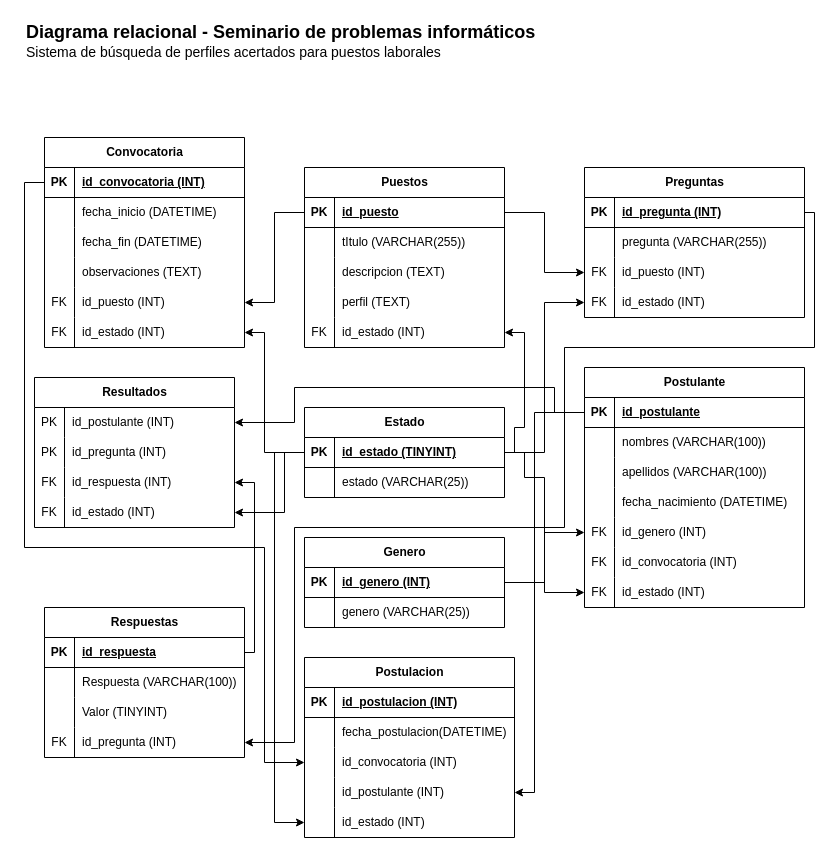
Before: bd/diagrama-relacional.drawio in maykchom/seminario-proyecto, a draw.io diagram. Source tidied: cells renumbered, new cells numbered last; positions are measured from the earlier drawing's top-left corner, leaving out a move shared by most shapes. Both pictures are drawn from the tidied source at 100%, with x=0, y=0 at pixel (24, 17).
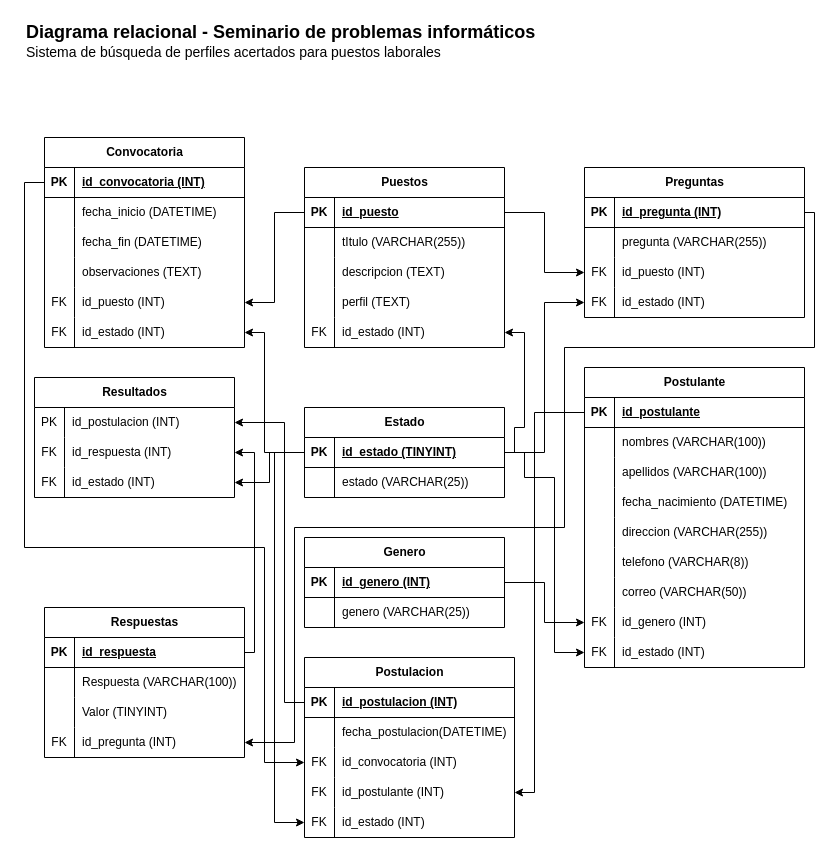
After the change.

The change refers to these unchanged cells:
```xml
<mxCell id="22" style="shape=tableRow;horizontal=0;startSize=0;swimlaneHead=0;swimlaneBody=0;fillColor=none;points=[[0,0.5],[1,0.5]];portConstraint=eastwest;top=0;left=0;right=0;bottom=1;" parent="21" vertex="1">
  <mxGeometry y="30" width="220" height="30" as="geometry" />
</mxCell>
<mxCell id="73" style="shape=tableRow;horizontal=0;startSize=0;swimlaneHead=0;swimlaneBody=0;fillColor=none;points=[[0,0.5],[1,0.5]];portConstraint=eastwest;top=0;left=0;right=0;bottom=1;" parent="72" vertex="1">
  <mxGeometry y="30" width="200" height="30" as="geometry" />
</mxCell>
<mxCell id="86" style="shape=tableRow;horizontal=0;startSize=0;swimlaneHead=0;swimlaneBody=0;fillColor=none;points=[[0,0.5],[1,0.5]];portConstraint=eastwest;top=0;left=0;right=0;bottom=0;" parent="85" vertex="1">
  <mxGeometry y="30" width="200" height="30" as="geometry" />
</mxCell>
<mxCell id="106" style="shape=tableRow;horizontal=0;startSize=0;swimlaneHead=0;swimlaneBody=0;fillColor=none;points=[[0,0.5],[1,0.5]];portConstraint=eastwest;top=0;left=0;right=0;bottom=1;" parent="105" vertex="1">
  <mxGeometry y="30" width="200" height="30" as="geometry" />
</mxCell>
<mxCell id="126" style="shape=tableRow;horizontal=0;startSize=0;swimlaneHead=0;swimlaneBody=0;fillColor=none;points=[[0,0.5],[1,0.5]];portConstraint=eastwest;top=0;left=0;right=0;bottom=1;" parent="125" vertex="1">
  <mxGeometry y="30" width="210" height="30" as="geometry" />
</mxCell>
<mxCell id="132" style="shape=tableRow;horizontal=0;startSize=0;swimlaneHead=0;swimlaneBody=0;fillColor=none;points=[[0,0.5],[1,0.5]];portConstraint=eastwest;top=0;left=0;right=0;bottom=0;" parent="125" vertex="1">
  <mxGeometry y="90" width="210" height="30" as="geometry" />
</mxCell>
<mxCell id="135" style="shape=tableRow;horizontal=0;startSize=0;swimlaneHead=0;swimlaneBody=0;fillColor=none;points=[[0,0.5],[1,0.5]];portConstraint=eastwest;top=0;left=0;right=0;bottom=0;" parent="125" vertex="1">
  <mxGeometry y="120" width="210" height="30" as="geometry" />
</mxCell>
<mxCell id="138" style="shape=tableRow;horizontal=0;startSize=0;swimlaneHead=0;swimlaneBody=0;fillColor=none;points=[[0,0.5],[1,0.5]];portConstraint=eastwest;top=0;left=0;right=0;bottom=0;" parent="125" vertex="1">
  <mxGeometry y="150" width="210" height="30" as="geometry" />
</mxCell>
```

Change to the diagram source:
```diff
@@
     <mxCell id="21" value="Postulante" style="shape=table;startSize=30;childLayout=tableLayout;rowLines=0;fontStyle=1;align=center;html=1;" parent="1" vertex="1">
-      <mxGeometry x="560" y="350" width="220" height="240" as="geometry" />
+      <mxGeometry x="560" y="350" width="220" height="300" as="geometry" />
     </mxCell>
@@
+    <mxCell id="144" style="shape=tableRow;horizontal=0;startSize=0;swimlaneHead=0;swimlaneBody=0;fillColor=none;top=0;left=0;right=0;bottom=0;" parent="21" vertex="1">
+      <mxGeometry y="150" width="220" height="30" as="geometry" />
+    </mxCell>
+    <mxCell id="145" style="shape=partialRectangle;fillColor=none;top=0;left=0;bottom=0;right=0;overflow=hidden;whiteSpace=wrap;html=1;" parent="144" vertex="1">
+      <mxGeometry width="30" height="30" as="geometry" />
+    </mxCell>
+    <mxCell id="146" value="direccion (VARCHAR(255))" style="shape=partialRectangle;fillColor=none;top=0;left=0;bottom=0;right=0;align=left;spacingLeft=6;overflow=hidden;whiteSpace=wrap;html=1;" parent="144" vertex="1">
+      <mxGeometry x="30" width="190" height="30" as="geometry" />
+    </mxCell>
+    <mxCell id="37" style="shape=tableRow;horizontal=0;startSize=0;swimlaneHead=0;swimlaneBody=0;fillColor=none;top=0;left=0;right=0;bottom=0;" parent="21" vertex="1">
+      <mxGeometry y="180" width="220" height="30" as="geometry" />
+    </mxCell>
+    <mxCell id="147" style="shape=partialRectangle;fillColor=none;top=0;left=0;bottom=0;right=0;overflow=hidden;whiteSpace=wrap;html=1;" parent="37" vertex="1">
+      <mxGeometry width="30" height="30" as="geometry" />
+    </mxCell>
+    <mxCell id="148" value="telefono (VARCHAR(8))" style="shape=partialRectangle;fillColor=none;top=0;left=0;bottom=0;right=0;align=left;spacingLeft=6;overflow=hidden;whiteSpace=wrap;html=1;" parent="37" vertex="1">
+      <mxGeometry x="30" width="190" height="30" as="geometry" />
+    </mxCell>
+    <mxCell id="149" style="shape=tableRow;horizontal=0;startSize=0;swimlaneHead=0;swimlaneBody=0;fillColor=none;top=0;left=0;right=0;bottom=0;" parent="21" vertex="1">
+      <mxGeometry y="210" width="220" height="30" as="geometry" />
+    </mxCell>
+    <mxCell id="150" style="shape=partialRectangle;fillColor=none;top=0;left=0;bottom=0;right=0;overflow=hidden;whiteSpace=wrap;html=1;" parent="149" vertex="1">
+      <mxGeometry width="30" height="30" as="geometry" />
+    </mxCell>
+    <mxCell id="151" value="correo (VARCHAR(50))" style="shape=partialRectangle;fillColor=none;top=0;left=0;bottom=0;right=0;align=left;spacingLeft=6;overflow=hidden;whiteSpace=wrap;html=1;" parent="149" vertex="1">
+      <mxGeometry x="30" width="190" height="30" as="geometry" />
+    </mxCell>
     <mxCell id="34" style="shape=tableRow;horizontal=0;startSize=0;swimlaneHead=0;swimlaneBody=0;fillColor=none;points=[[0,0.5],[1,0.5]];portConstraint=eastwest;top=0;left=0;right=0;bottom=0;" parent="21" vertex="1">
-      <mxGeometry y="150" width="220" height="30" as="geometry" />
+      <mxGeometry y="240" width="220" height="30" as="geometry" />
     </mxCell>
@@
-    <mxCell id="37" style="shape=tableRow;horizontal=0;startSize=0;swimlaneHead=0;swimlaneBody=0;fillColor=none;top=0;left=0;right=0;bottom=0;" parent="21" vertex="1">
-      <mxGeometry y="180" width="220" height="30" as="geometry" />
-    </mxCell>
-    <mxCell id="38" value="FK" style="shape=partialRectangle;fillColor=none;top=0;left=0;bottom=0;right=0;overflow=hidden;whiteSpace=wrap;html=1;" parent="37" vertex="1">
-      <mxGeometry width="30" height="30" as="geometry" />
-    </mxCell>
-    <mxCell id="39" value="id_convocatoria (INT)" style="shape=partialRectangle;fillColor=none;top=0;left=0;bottom=0;right=0;align=left;spacingLeft=6;overflow=hidden;whiteSpace=wrap;html=1;" parent="37" vertex="1">
-      <mxGeometry x="30" width="190" height="30" as="geometry" />
-    </mxCell>
     <mxCell id="40" style="shape=tableRow;horizontal=0;startSize=0;swimlaneHead=0;swimlaneBody=0;fillColor=none;points=[[0,0.5],[1,0.5]];portConstraint=eastwest;top=0;left=0;right=0;bottom=0;" parent="21" vertex="1">
-      <mxGeometry y="210" width="220" height="30" as="geometry" />
+      <mxGeometry y="270" width="220" height="30" as="geometry" />
     </mxCell>
@@
     <mxCell id="85" value="Resultados" style="shape=table;startSize=30;childLayout=tableLayout;rowLines=0;fontStyle=1;align=center;html=1;" parent="1" vertex="1">
-      <mxGeometry x="10" y="360" width="200" height="150" as="geometry" />
+      <mxGeometry x="10" y="360" width="200" height="120" as="geometry" />
     </mxCell>
@@
-    <mxCell id="88" value="id_postulante (INT)" style="shape=partialRectangle;fillColor=none;top=0;left=0;bottom=0;right=0;align=left;spacingLeft=6;overflow=hidden;whiteSpace=wrap;html=1;" parent="86" vertex="1">
+    <mxCell id="88" value="id_postulacion (INT)" style="shape=partialRectangle;fillColor=none;top=0;left=0;bottom=0;right=0;align=left;spacingLeft=6;overflow=hidden;whiteSpace=wrap;html=1;" parent="86" vertex="1">
       <mxGeometry x="30" width="170" height="30" as="geometry" />
     </mxCell>
-    <mxCell id="89" style="shape=tableRow;horizontal=0;startSize=0;swimlaneHead=0;swimlaneBody=0;fillColor=none;top=0;left=0;right=0;bottom=0;" parent="85" vertex="1">
-      <mxGeometry y="60" width="200" height="30" as="geometry" />
-    </mxCell>
-    <mxCell id="90" value="PK" style="shape=partialRectangle;fillColor=none;top=0;left=0;bottom=0;right=0;overflow=hidden;whiteSpace=wrap;html=1;" parent="89" vertex="1">
-      <mxGeometry width="30" height="30" as="geometry" />
-    </mxCell>
-    <mxCell id="91" value="id_pregunta (INT)" style="shape=partialRectangle;fillColor=none;top=0;left=0;bottom=0;right=0;align=left;spacingLeft=6;overflow=hidden;whiteSpace=wrap;html=1;" parent="89" vertex="1">
-      <mxGeometry x="30" width="170" height="30" as="geometry" />
-    </mxCell>
     <mxCell id="92" style="shape=tableRow;horizontal=0;startSize=0;swimlaneHead=0;swimlaneBody=0;fillColor=none;points=[[0,0.5],[1,0.5]];portConstraint=eastwest;top=0;left=0;right=0;bottom=0;" parent="85" vertex="1">
-      <mxGeometry y="90" width="200" height="30" as="geometry" />
+      <mxGeometry y="60" width="200" height="30" as="geometry" />
     </mxCell>
@@
     <mxCell id="95" style="shape=tableRow;horizontal=0;startSize=0;swimlaneHead=0;swimlaneBody=0;fillColor=none;points=[[0,0.5],[1,0.5]];portConstraint=eastwest;top=0;left=0;right=0;bottom=0;" parent="85" vertex="1">
-      <mxGeometry y="120" width="200" height="30" as="geometry" />
+      <mxGeometry y="90" width="200" height="30" as="geometry" />
     </mxCell>
@@
     <mxCell id="118" style="edgeStyle=orthogonalEdgeStyle;rounded=0;jettySize=auto;html=1;exitX=1;exitY=0.5;exitDx=0;exitDy=0;entryX=0;entryY=0.5;entryDx=0;entryDy=0;" parent="1" edge="1" source="106" target="40">
       <mxGeometry relative="1" as="geometry">
         <Array as="points">
           <mxPoint x="500" y="435" />
           <mxPoint x="500" y="460" />
-          <mxPoint x="520" y="460" />
-          <mxPoint x="520" y="575" />
+          <mxPoint x="530" y="460" />
+          <mxPoint x="530" y="635" />
         </Array>
       </mxGeometry>
     </mxCell>
@@
-    <mxCell id="120" style="edgeStyle=orthogonalEdgeStyle;rounded=0;jettySize=auto;html=1;exitX=0;exitY=0.5;exitDx=0;exitDy=0;entryX=1;entryY=0.5;entryDx=0;entryDy=0;" parent="1" edge="1" source="22" target="86">
+    <mxCell id="120" style="rounded=0;jettySize=auto;html=1;exitX=0;exitY=0.5;exitDx=0;exitDy=0;entryX=1;entryY=0.5;entryDx=0;entryDy=0;edgeStyle=orthogonalEdgeStyle;" parent="1" edge="1" source="126" target="86">
       <mxGeometry relative="1" as="geometry">
         <Array as="points">
-          <mxPoint x="530" y="395" />
-          <mxPoint x="530" y="370" />
-          <mxPoint x="270" y="370" />
-          <mxPoint x="270" y="405" />
+          <mxPoint x="260" y="685" />
+          <mxPoint x="260" y="405" />
         </Array>
       </mxGeometry>
     </mxCell>
     <mxCell id="121" style="edgeStyle=orthogonalEdgeStyle;rounded=0;jettySize=auto;html=1;exitX=1;exitY=0.5;exitDx=0;exitDy=0;entryX=1;entryY=0.5;entryDx=0;entryDy=0;" parent="1" edge="1" source="73" target="92">
       <mxGeometry relative="1" as="geometry">
         <Array as="points">
           <mxPoint x="230" y="635" />
-          <mxPoint x="230" y="465" />
+          <mxPoint x="230" y="435" />
         </Array>
       </mxGeometry>
     </mxCell>
-    <mxCell id="122" style="edgeStyle=orthogonalEdgeStyle;rounded=0;jettySize=auto;html=1;exitX=0;exitY=0.5;exitDx=0;exitDy=0;" parent="1" edge="1" source="106" target="95">
-      <mxGeometry relative="1" as="geometry">
-        <Array as="points">
-          <mxPoint x="260" y="435" />
-          <mxPoint x="260" y="495" />
-        </Array>
-      </mxGeometry>
+    <mxCell id="122" style="rounded=0;jettySize=auto;html=1;exitX=0;exitY=0.5;exitDx=0;exitDy=0;entryX=1;entryY=0.5;entryDx=0;entryDy=0;edgeStyle=orthogonalEdgeStyle;" parent="1" edge="1" source="106" target="95">
+      <mxGeometry relative="1" as="geometry" />
     </mxCell>
@@
-    <mxCell id="133" style="shape=partialRectangle;fillColor=none;top=0;left=0;bottom=0;right=0;overflow=hidden;whiteSpace=wrap;html=1;" parent="132" vertex="1">
+    <mxCell id="133" value="FK" style="shape=partialRectangle;fillColor=none;top=0;left=0;bottom=0;right=0;overflow=hidden;whiteSpace=wrap;html=1;" parent="132" vertex="1">
       <mxGeometry width="30" height="30" as="geometry" />
     </mxCell>
@@
-    <mxCell id="136" style="shape=partialRectangle;fillColor=none;top=0;left=0;bottom=0;right=0;overflow=hidden;whiteSpace=wrap;html=1;" parent="135" vertex="1">
+    <mxCell id="136" value="FK" style="shape=partialRectangle;fillColor=none;top=0;left=0;bottom=0;right=0;overflow=hidden;whiteSpace=wrap;html=1;" parent="135" vertex="1">
       <mxGeometry width="30" height="30" as="geometry" />
     </mxCell>
@@
-    <mxCell id="139" style="shape=partialRectangle;fillColor=none;top=0;left=0;bottom=0;right=0;overflow=hidden;whiteSpace=wrap;html=1;" parent="138" vertex="1">
+    <mxCell id="139" value="FK" style="shape=partialRectangle;fillColor=none;top=0;left=0;bottom=0;right=0;overflow=hidden;whiteSpace=wrap;html=1;" parent="138" vertex="1">
       <mxGeometry width="30" height="30" as="geometry" />
     </mxCell>
```
